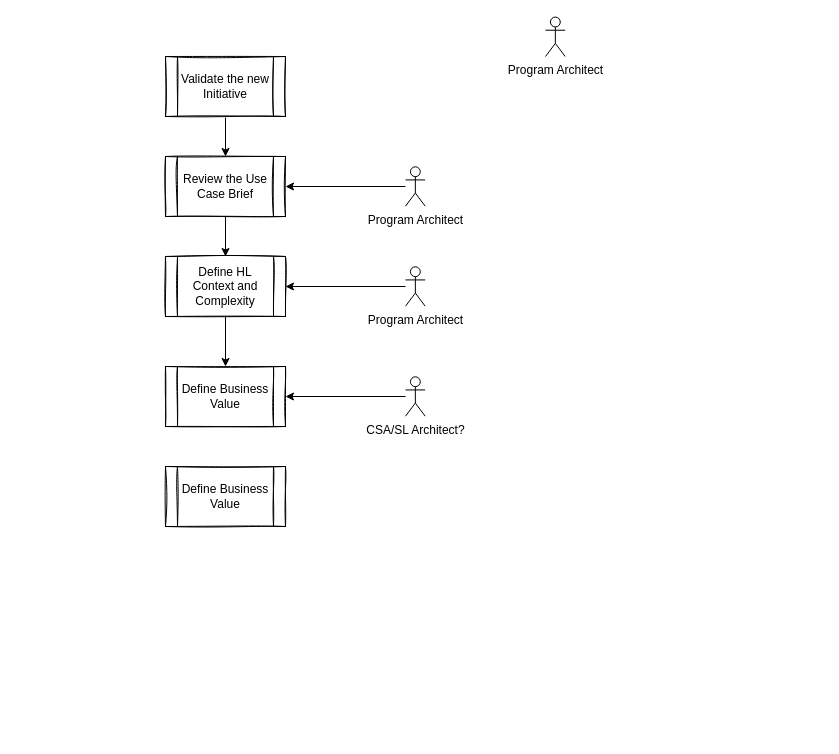
Above: page "Innovation Pipeline" (4 of 5) of HRU Process.drawio in sebastiano-fuccio/ABB-Partership (draw.io), before the change. Source tidied: cells renumbered, new cells numbered last; positions are measured from the earlier drawing's top-left corner, leaving out a move shared by most shapes. Both pictures are drawn from the tidied source at 100%, with x=0, y=0 at pixel (165, 17).
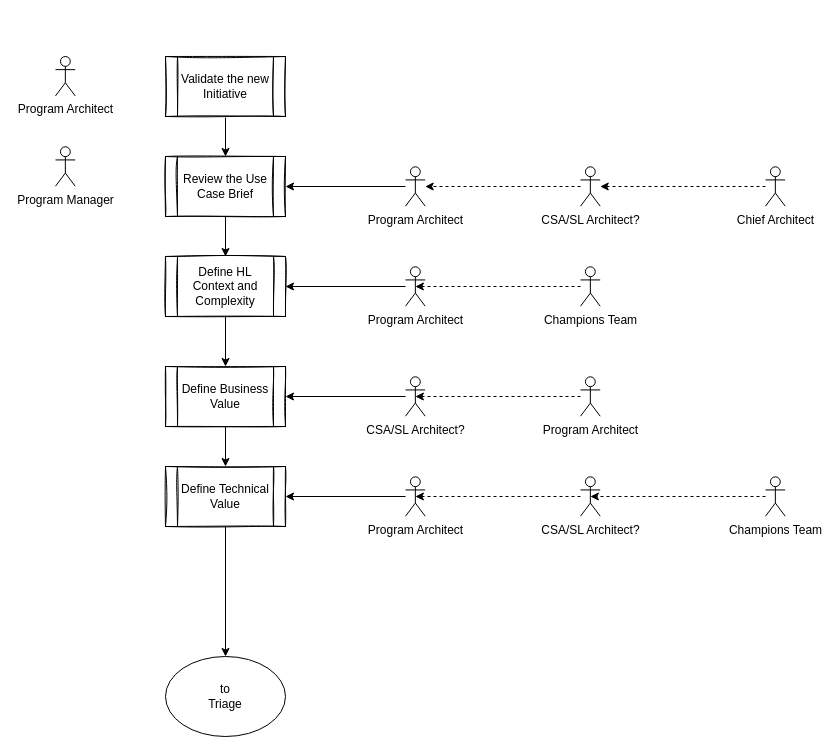
The same diagram, later.

The change refers to these unchanged cells:
```xml
<mxCell id="8" value="Define Business Value" style="shape=process;whiteSpace=wrap;html=1;backgroundOutline=1;sketch=1;" parent="1" vertex="1">
  <mxGeometry y="349" width="120" height="60" as="geometry" />
</mxCell>
<mxCell id="10" value="Program Architect" style="shape=umlActor;verticalLabelPosition=bottom;verticalAlign=top;html=1;outlineConnect=0;" parent="1" vertex="1">
  <mxGeometry x="240" y="149.3" width="19.7" height="39.4" as="geometry" />
</mxCell>
<mxCell id="12" value="Program Architect" style="shape=umlActor;verticalLabelPosition=bottom;verticalAlign=top;html=1;outlineConnect=0;" parent="1" vertex="1">
  <mxGeometry x="240" y="249.3" width="19.7" height="39.4" as="geometry" />
</mxCell>
<mxCell id="14" value="CSA/SL Architect?" style="shape=umlActor;verticalLabelPosition=bottom;verticalAlign=top;html=1;outlineConnect=0;" parent="1" vertex="1">
  <mxGeometry x="240" y="359.3" width="19.7" height="39.4" as="geometry" />
</mxCell>
```

The edit, as a diff of the source:
```diff
@@
+    <mxCell id="17" style="edgeStyle=orthogonalEdgeStyle;rounded=0;jettySize=auto;html=1;exitX=0.5;exitY=1;exitDx=0;exitDy=0;" parent="1" edge="1" source="8" target="16">
+      <mxGeometry relative="1" as="geometry" />
+    </mxCell>
@@
     <mxCell id="15" value="Program Architect" style="shape=umlActor;verticalLabelPosition=bottom;verticalAlign=top;html=1;" parent="1" vertex="1">
-      <mxGeometry x="380" y="-0.4" width="19.7" height="39.4" as="geometry" />
+      <mxGeometry x="-110" y="39" width="19.7" height="39.4" as="geometry" />
     </mxCell>
+    <mxCell id="18" style="edgeStyle=orthogonalEdgeStyle;rounded=0;jettySize=auto;html=1;" parent="1" edge="1" source="16" target="21">
+      <mxGeometry relative="1" as="geometry" />
+    </mxCell>
-    <mxCell id="16" value="Define Business Value" style="shape=process;whiteSpace=wrap;html=1;backgroundOutline=1;sketch=1;" parent="1" vertex="1">
+    <mxCell id="16" value="Define Technical Value" style="shape=process;whiteSpace=wrap;html=1;backgroundOutline=1;sketch=1;" parent="1" vertex="1">
       <mxGeometry y="449" width="120" height="60" as="geometry" />
     </mxCell>
+    <mxCell id="19" style="edgeStyle=orthogonalEdgeStyle;rounded=0;jettySize=auto;html=1;entryX=1;entryY=0.5;entryDx=0;entryDy=0;" parent="1" edge="1" source="20" target="16">
+      <mxGeometry relative="1" as="geometry" />
+    </mxCell>
+    <mxCell id="20" value="Program Architect" style="shape=umlActor;verticalLabelPosition=bottom;verticalAlign=top;html=1;outlineConnect=0;" parent="1" vertex="1">
+      <mxGeometry x="240" y="459.3" width="19.7" height="39.4" as="geometry" />
+    </mxCell>
+    <mxCell id="21" value="to&lt;br&gt;Triage" style="ellipse;whiteSpace=wrap;html=1;" parent="1" vertex="1">
+      <mxGeometry y="639" width="120" height="80" as="geometry" />
+    </mxCell>
+    <mxCell id="22" value="Program Manager" style="shape=umlActor;verticalLabelPosition=bottom;verticalAlign=top;html=1;" parent="1" vertex="1">
+      <mxGeometry x="-110" y="129.3" width="19.7" height="39.4" as="geometry" />
+    </mxCell>
+    <mxCell id="23" style="edgeStyle=orthogonalEdgeStyle;rounded=0;jettySize=auto;html=1;dashed=1;" parent="1" edge="1" source="24" target="10">
+      <mxGeometry relative="1" as="geometry" />
+    </mxCell>
+    <mxCell id="24" value="CSA/SL Architect?" style="shape=umlActor;verticalLabelPosition=bottom;verticalAlign=top;html=1;outlineConnect=0;" parent="1" vertex="1">
+      <mxGeometry x="415" y="149.3" width="19.7" height="39.4" as="geometry" />
+    </mxCell>
+    <mxCell id="25" style="edgeStyle=orthogonalEdgeStyle;rounded=0;jettySize=auto;html=1;dashed=1;" parent="1" edge="1" source="26" target="24">
+      <mxGeometry relative="1" as="geometry" />
+    </mxCell>
+    <mxCell id="26" value="Chief Architect" style="shape=umlActor;verticalLabelPosition=bottom;verticalAlign=top;html=1;outlineConnect=0;" parent="1" vertex="1">
+      <mxGeometry x="600" y="149.3" width="19.7" height="39.4" as="geometry" />
+    </mxCell>
+    <mxCell id="27" style="edgeStyle=orthogonalEdgeStyle;rounded=0;jettySize=auto;html=1;entryX=0.5;entryY=0.5;entryDx=0;entryDy=0;entryPerimeter=0;dashed=1;" parent="1" edge="1" source="28" target="12">
+      <mxGeometry relative="1" as="geometry" />
+    </mxCell>
+    <mxCell id="28" value="Champions Team" style="shape=umlActor;verticalLabelPosition=bottom;verticalAlign=top;html=1;outlineConnect=0;" parent="1" vertex="1">
+      <mxGeometry x="415" y="249.3" width="19.7" height="39.4" as="geometry" />
+    </mxCell>
+    <mxCell id="29" style="edgeStyle=orthogonalEdgeStyle;rounded=0;jettySize=auto;html=1;entryX=0.5;entryY=0.5;entryDx=0;entryDy=0;entryPerimeter=0;dashed=1;" parent="1" edge="1" source="30" target="14">
+      <mxGeometry relative="1" as="geometry" />
+    </mxCell>
+    <mxCell id="30" value="Program Architect" style="shape=umlActor;verticalLabelPosition=bottom;verticalAlign=top;html=1;outlineConnect=0;" parent="1" vertex="1">
+      <mxGeometry x="415" y="359.3" width="19.7" height="39.4" as="geometry" />
+    </mxCell>
+    <mxCell id="31" style="edgeStyle=orthogonalEdgeStyle;rounded=0;jettySize=auto;html=1;entryX=0.5;entryY=0.5;entryDx=0;entryDy=0;entryPerimeter=0;dashed=1;" parent="1" edge="1" source="32" target="20">
+      <mxGeometry relative="1" as="geometry" />
+    </mxCell>
+    <mxCell id="32" value="CSA/SL Architect?" style="shape=umlActor;verticalLabelPosition=bottom;verticalAlign=top;html=1;outlineConnect=0;" parent="1" vertex="1">
+      <mxGeometry x="415" y="459.3" width="19.7" height="39.4" as="geometry" />
+    </mxCell>
+    <mxCell id="33" style="edgeStyle=orthogonalEdgeStyle;rounded=0;jettySize=auto;html=1;entryX=0.5;entryY=0.5;entryDx=0;entryDy=0;entryPerimeter=0;dashed=1;" parent="1" edge="1" source="34" target="32">
+      <mxGeometry relative="1" as="geometry" />
+    </mxCell>
+    <mxCell id="34" value="Champions Team" style="shape=umlActor;verticalLabelPosition=bottom;verticalAlign=top;html=1;outlineConnect=0;" parent="1" vertex="1">
+      <mxGeometry x="600" y="459.3" width="19.7" height="39.4" as="geometry" />
+    </mxCell>
```
